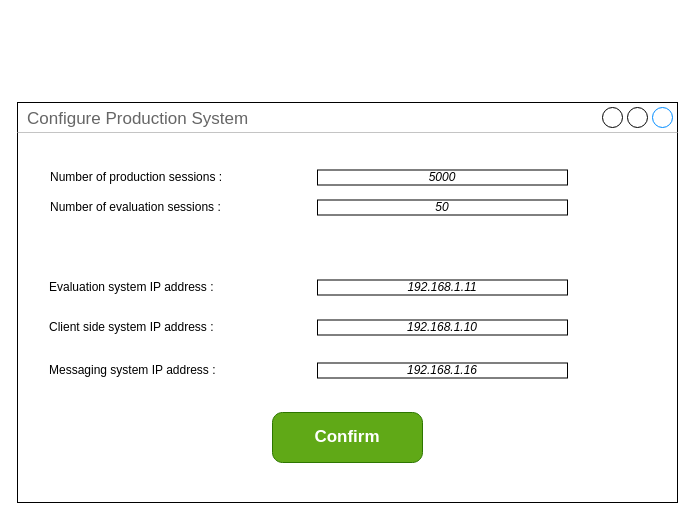
Earlier version of the draw.io diagram configure/production system (JACO)/production_system.drawio (BaffoBello14/AutomaticDamagesRecognition). Source tidied: cells renumbered, new cells numbered last; positions are measured from the earlier drawing's top-left corner, leaving out a move shared by most shapes. Both pictures are drawn from the tidied source at 100%, with x=0, y=0 at pixel (17, 102).
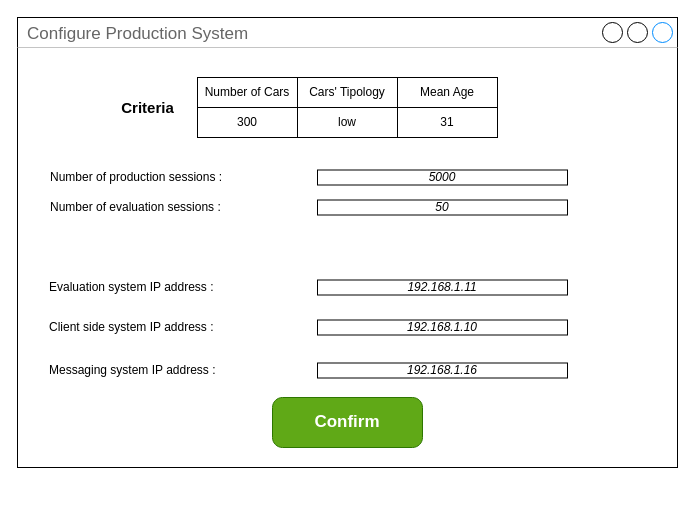
The same diagram, later.

Commit message (it also covers changes not shown here):
Update configuration for ingestion system (CAPE)

Change to the diagram source:
```diff
@@
     <mxCell id="2" value="Configure Production System" style="strokeWidth=1;shadow=0;dashed=0;align=center;html=1;shape=mxgraph.mockup.containers.window;align=left;verticalAlign=top;spacingLeft=8;strokeColor2=#008cff;strokeColor3=#c4c4c4;fontColor=#666666;mainText=;fontSize=17;labelBackgroundColor=none;whiteSpace=wrap;" parent="1" vertex="1">
-      <mxGeometry width="660" height="400" as="geometry" />
+      <mxGeometry y="-85" width="660" height="450" as="geometry" />
     </mxCell>
     <mxCell id="3" value="Confirm" style="strokeWidth=1;shadow=0;dashed=0;align=center;html=1;shape=mxgraph.mockup.buttons.button;strokeColor=#2D7600;fontColor=#ffffff;mainText=;buttonStyle=round;fontSize=17;fontStyle=1;fillColor=#60a917;whiteSpace=wrap;" parent="1" vertex="1">
-      <mxGeometry x="255" y="310" width="150" height="50" as="geometry" />
+      <mxGeometry x="255" y="295" width="150" height="50" as="geometry" />
     </mxCell>
@@
+    <mxCell id="14" style="group;" parent="1" vertex="1">
+      <mxGeometry x="180" y="-25" width="300" height="60" as="geometry" />
+    </mxCell>
+    <mxCell id="15" value="Number of Cars" style="whiteSpace=wrap;html=1;" parent="14" vertex="1">
+      <mxGeometry width="100" height="30" as="geometry" />
+    </mxCell>
+    <mxCell id="16" value="Cars' Tipology" style="whiteSpace=wrap;html=1;" parent="14" vertex="1">
+      <mxGeometry x="100" width="100" height="30" as="geometry" />
+    </mxCell>
+    <mxCell id="17" value="Mean Age" style="whiteSpace=wrap;html=1;" parent="14" vertex="1">
+      <mxGeometry x="200" width="100" height="30" as="geometry" />
+    </mxCell>
+    <mxCell id="18" value="300" style="whiteSpace=wrap;html=1;" parent="14" vertex="1">
+      <mxGeometry y="30" width="100" height="30" as="geometry" />
+    </mxCell>
+    <mxCell id="19" value="low" style="whiteSpace=wrap;html=1;" parent="14" vertex="1">
+      <mxGeometry x="100" y="30" width="100" height="30" as="geometry" />
+    </mxCell>
+    <mxCell id="20" value="31" style="whiteSpace=wrap;html=1;" parent="14" vertex="1">
+      <mxGeometry x="200" y="30" width="100" height="30" as="geometry" />
+    </mxCell>
+    <mxCell id="21" value="&lt;b&gt;&lt;font style=&quot;font-size: 15px;&quot;&gt;Criteria&lt;/font&gt;&lt;/b&gt;" style="text;html=1;align=center;verticalAlign=middle;strokeColor=none;fillColor=none;" parent="1" vertex="1">
+      <mxGeometry x="90" y="-10" width="80" height="30" as="geometry" />
+    </mxCell>
```
